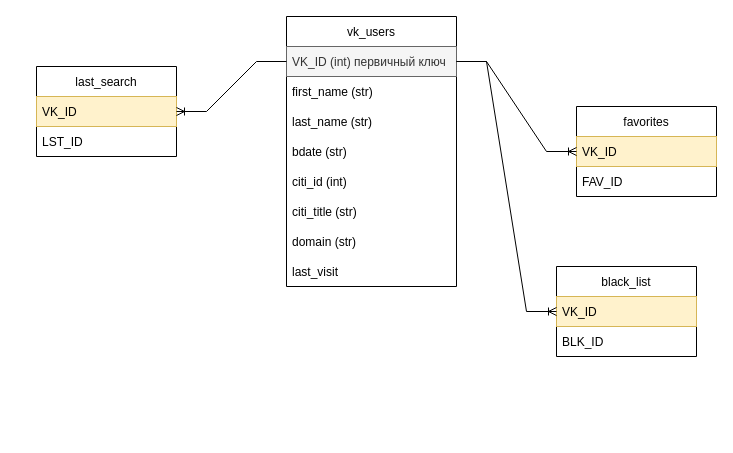
The draw.io diagram docs/DB_Vkinter.drawio in Garbuzenko/VKinder, before the edit. Source tidied: cells renumbered, new cells numbered last; positions are measured from the earlier drawing's top-left corner, leaving out a move shared by most shapes. Both pictures are drawn from the tidied source at 100%, with x=0, y=0 at pixel (36, 16).
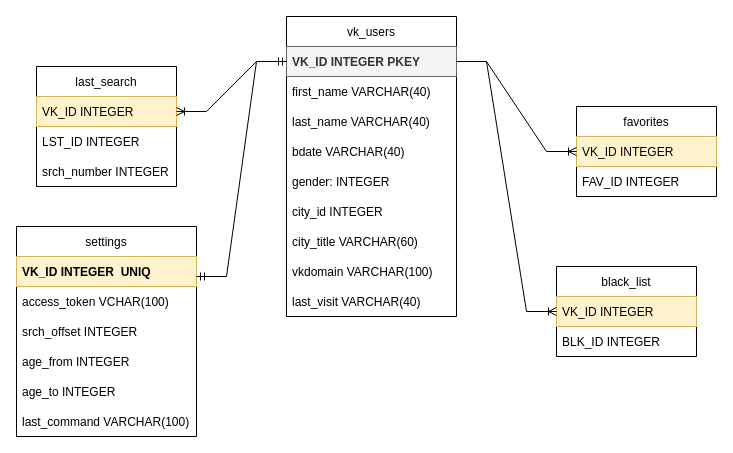
The same diagram, later.

The change refers to these unchanged cells:
```xml
<mxCell id="11" value="favorites" style="swimlane;fontStyle=0;horizontal=1;startSize=30;" parent="1" vertex="1">
  <mxGeometry x="540" y="90" width="140" height="90" as="geometry" />
</mxCell>
<mxCell id="14" value="black_list" style="swimlane;fontStyle=0;horizontal=1;startSize=30;" parent="1" vertex="1">
  <mxGeometry x="520" y="250" width="140" height="90" as="geometry" />
</mxCell>
```

The edit, as a diff of the source:
```diff
@@
     <mxCell id="2" value="vk_users" style="swimlane;fontStyle=0;horizontal=1;startSize=30;" parent="1" vertex="1">
-      <mxGeometry x="250" width="170" height="270" as="geometry" />
+      <mxGeometry x="250" width="170" height="300" as="geometry" />
     </mxCell>
-    <mxCell id="3" value="VK_ID (int) первичный ключ" style="text;strokeColor=#666666;fillColor=#f5f5f5;align=left;verticalAlign=middle;spacingLeft=4;spacingRight=4;overflow=hidden;points=[[0,0.5],[1,0.5]];portConstraint=eastwest;fontColor=#333333;" parent="2" vertex="1">
+    <mxCell id="3" value="VK_ID INTEGER PKEY" style="text;strokeColor=#666666;fillColor=#f5f5f5;align=left;verticalAlign=middle;spacingLeft=4;spacingRight=4;overflow=hidden;points=[[0,0.5],[1,0.5]];portConstraint=eastwest;fontColor=#333333;fontStyle=1;" parent="2" vertex="1">
       <mxGeometry y="30" width="170" height="30" as="geometry" />
     </mxCell>
-    <mxCell id="4" value="first_name (str)" style="text;strokeColor=none;fillColor=none;align=left;verticalAlign=middle;spacingLeft=4;spacingRight=4;overflow=hidden;" parent="2" vertex="1">
+    <mxCell id="4" value="first_name VARCHAR(40)" style="text;strokeColor=none;fillColor=none;align=left;verticalAlign=middle;spacingLeft=4;spacingRight=4;overflow=hidden;" parent="2" vertex="1">
       <mxGeometry y="60" width="170" height="30" as="geometry" />
     </mxCell>
-    <mxCell id="5" value="last_name (str)" style="text;strokeColor=none;fillColor=none;align=left;verticalAlign=middle;spacingLeft=4;spacingRight=4;overflow=hidden;" parent="2" vertex="1">
+    <mxCell id="5" value="last_name VARCHAR(40)" style="text;strokeColor=none;fillColor=none;align=left;verticalAlign=middle;spacingLeft=4;spacingRight=4;overflow=hidden;" parent="2" vertex="1">
       <mxGeometry y="90" width="170" height="30" as="geometry" />
     </mxCell>
-    <mxCell id="6" value="bdate (str)" style="text;strokeColor=none;fillColor=none;align=left;verticalAlign=middle;spacingLeft=4;spacingRight=4;overflow=hidden;" parent="2" vertex="1">
+    <mxCell id="6" value="bdate VARCHAR(40)" style="text;strokeColor=none;fillColor=none;align=left;verticalAlign=middle;spacingLeft=4;spacingRight=4;overflow=hidden;" parent="2" vertex="1">
       <mxGeometry y="120" width="170" height="30" as="geometry" />
     </mxCell>
-    <mxCell id="7" value="citi_id (int)" style="text;strokeColor=none;fillColor=none;align=left;verticalAlign=middle;spacingLeft=4;spacingRight=4;overflow=hidden;" parent="2" vertex="1">
+    <mxCell id="7" value="gender: INTEGER" style="text;strokeColor=none;fillColor=none;align=left;verticalAlign=middle;spacingLeft=4;spacingRight=4;overflow=hidden;" parent="2" vertex="1">
       <mxGeometry y="150" width="170" height="30" as="geometry" />
     </mxCell>
-    <mxCell id="8" value="citi_title (str)" style="text;strokeColor=none;fillColor=none;align=left;verticalAlign=middle;spacingLeft=4;spacingRight=4;overflow=hidden;" parent="2" vertex="1">
+    <mxCell id="8" value="city_id INTEGER" style="text;strokeColor=none;fillColor=none;align=left;verticalAlign=middle;spacingLeft=4;spacingRight=4;overflow=hidden;" parent="2" vertex="1">
       <mxGeometry y="180" width="170" height="30" as="geometry" />
     </mxCell>
-    <mxCell id="9" value="domain (str)" style="text;strokeColor=none;fillColor=none;align=left;verticalAlign=middle;spacingLeft=4;spacingRight=4;overflow=hidden;" parent="2" vertex="1">
+    <mxCell id="9" value="city_title VARCHAR(60)" style="text;strokeColor=none;fillColor=none;align=left;verticalAlign=middle;spacingLeft=4;spacingRight=4;overflow=hidden;" parent="2" vertex="1">
       <mxGeometry y="210" width="170" height="30" as="geometry" />
     </mxCell>
-    <mxCell id="10" value="last_visit" style="text;strokeColor=none;fillColor=none;align=left;verticalAlign=middle;spacingLeft=4;spacingRight=4;overflow=hidden;" parent="2" vertex="1">
+    <mxCell id="10" value="vkdomain VARCHAR(100)" style="text;strokeColor=none;fillColor=none;align=left;verticalAlign=middle;spacingLeft=4;spacingRight=4;overflow=hidden;" parent="2" vertex="1">
       <mxGeometry y="240" width="170" height="30" as="geometry" />
     </mxCell>
+    <mxCell id="23" value="last_visit VARCHAR(40)" style="text;strokeColor=none;fillColor=none;align=left;verticalAlign=middle;spacingLeft=4;spacingRight=4;overflow=hidden;" parent="2" vertex="1">
+      <mxGeometry y="270" width="170" height="30" as="geometry" />
+    </mxCell>
@@
-    <mxCell id="12" value="VK_ID" style="text;strokeColor=#d6b656;fillColor=#fff2cc;align=left;verticalAlign=middle;spacingLeft=4;spacingRight=4;overflow=hidden;points=[[0,0.5],[1,0.5]];portConstraint=eastwest;" parent="11" vertex="1">
+    <mxCell id="12" value="VK_ID INTEGER" style="text;strokeColor=#d6b656;fillColor=#fff2cc;align=left;verticalAlign=middle;spacingLeft=4;spacingRight=4;overflow=hidden;points=[[0,0.5],[1,0.5]];portConstraint=eastwest;" parent="11" vertex="1">
       <mxGeometry y="30" width="140" height="30" as="geometry" />
     </mxCell>
-    <mxCell id="13" value="FAV_ID" style="text;strokeColor=none;fillColor=none;align=left;verticalAlign=middle;spacingLeft=4;spacingRight=4;overflow=hidden;" parent="11" vertex="1">
+    <mxCell id="13" value="FAV_ID INTEGER" style="text;strokeColor=none;fillColor=none;align=left;verticalAlign=middle;spacingLeft=4;spacingRight=4;overflow=hidden;" parent="11" vertex="1">
       <mxGeometry y="60" width="140" height="30" as="geometry" />
     </mxCell>
@@
-    <mxCell id="15" value="VK_ID" style="text;strokeColor=#d6b656;fillColor=#fff2cc;align=left;verticalAlign=middle;spacingLeft=4;spacingRight=4;overflow=hidden;points=[[0,0.5],[1,0.5]];portConstraint=eastwest;" parent="14" vertex="1">
+    <mxCell id="15" value="VK_ID INTEGER" style="text;strokeColor=#d6b656;fillColor=#fff2cc;align=left;verticalAlign=middle;spacingLeft=4;spacingRight=4;overflow=hidden;points=[[0,0.5],[1,0.5]];portConstraint=eastwest;" parent="14" vertex="1">
       <mxGeometry y="30" width="140" height="30" as="geometry" />
     </mxCell>
-    <mxCell id="16" value="BLK_ID" style="text;strokeColor=none;fillColor=none;align=left;verticalAlign=middle;spacingLeft=4;spacingRight=4;overflow=hidden;" parent="14" vertex="1">
+    <mxCell id="16" value="BLK_ID INTEGER" style="text;strokeColor=none;fillColor=none;align=left;verticalAlign=middle;spacingLeft=4;spacingRight=4;overflow=hidden;" parent="14" vertex="1">
       <mxGeometry y="60" width="140" height="30" as="geometry" />
     </mxCell>
@@
     <mxCell id="18" value="last_search" style="swimlane;fontStyle=0;horizontal=1;startSize=30;" parent="1" vertex="1">
-      <mxGeometry y="50" width="140" height="90" as="geometry" />
+      <mxGeometry y="50" width="140" height="120" as="geometry" />
     </mxCell>
-    <mxCell id="19" value="VK_ID" style="text;strokeColor=#d6b656;fillColor=#fff2cc;align=left;verticalAlign=middle;spacingLeft=4;spacingRight=4;overflow=hidden;points=[[0,0.5],[1,0.5]];portConstraint=eastwest;" parent="18" vertex="1">
+    <mxCell id="19" value="VK_ID INTEGER " style="text;strokeColor=#d6b656;fillColor=#fff2cc;align=left;verticalAlign=middle;spacingLeft=4;spacingRight=4;overflow=hidden;points=[[0,0.5],[1,0.5]];portConstraint=eastwest;" parent="18" vertex="1">
       <mxGeometry y="30" width="140" height="30" as="geometry" />
     </mxCell>
-    <mxCell id="20" value="LST_ID" style="text;strokeColor=none;fillColor=none;align=left;verticalAlign=middle;spacingLeft=4;spacingRight=4;overflow=hidden;" parent="18" vertex="1">
+    <mxCell id="20" value="LST_ID INTEGER" style="text;strokeColor=none;fillColor=none;align=left;verticalAlign=middle;spacingLeft=4;spacingRight=4;overflow=hidden;" parent="18" vertex="1">
       <mxGeometry y="60" width="140" height="30" as="geometry" />
     </mxCell>
+    <mxCell id="24" value="srch_number INTEGER" style="text;strokeColor=none;fillColor=none;align=left;verticalAlign=middle;spacingLeft=4;spacingRight=4;overflow=hidden;" parent="18" vertex="1">
+      <mxGeometry y="90" width="140" height="30" as="geometry" />
+    </mxCell>
@@
-    <mxCell id="22" style="edgeStyle=entityRelationEdgeStyle;fontSize=12;html=1;endArrow=ERoneToMany;rounded=0;exitX=0;exitY=0.5;exitDx=0;exitDy=0;entryX=1;entryY=0.5;entryDx=0;entryDy=0;" parent="1" edge="1" source="3" target="18">
+    <mxCell id="22" style="edgeStyle=entityRelationEdgeStyle;fontSize=12;html=1;endArrow=ERoneToMany;rounded=0;exitX=0;exitY=0.5;exitDx=0;exitDy=0;entryX=1;entryY=0.5;entryDx=0;entryDy=0;" parent="1" edge="1" source="3" target="19">
       <mxGeometry relative="1" as="geometry" />
     </mxCell>
+    <mxCell id="25" value="settings" style="swimlane;fontStyle=0;horizontal=1;startSize=30;" parent="1" vertex="1">
+      <mxGeometry x="-20" y="210" width="180" height="210" as="geometry" />
+    </mxCell>
+    <mxCell id="26" value="VK_ID INTEGER  UNIQ" style="text;strokeColor=#d6b656;fillColor=#fff2cc;align=left;verticalAlign=middle;spacingLeft=4;spacingRight=4;overflow=hidden;points=[[0,0.5],[1,0.5]];portConstraint=eastwest;fontStyle=1;" parent="25" vertex="1">
+      <mxGeometry y="30" width="180" height="30" as="geometry" />
+    </mxCell>
+    <mxCell id="27" value="access_token VCHAR(100)" style="text;strokeColor=none;fillColor=none;align=left;verticalAlign=middle;spacingLeft=4;spacingRight=4;overflow=hidden;" parent="25" vertex="1">
+      <mxGeometry y="60" width="180" height="30" as="geometry" />
+    </mxCell>
+    <mxCell id="28" value="srch_offset INTEGER" style="text;strokeColor=none;fillColor=none;align=left;verticalAlign=middle;spacingLeft=4;spacingRight=4;overflow=hidden;" parent="25" vertex="1">
+      <mxGeometry y="90" width="180" height="30" as="geometry" />
+    </mxCell>
+    <mxCell id="29" value="age_from INTEGER" style="text;strokeColor=none;fillColor=none;align=left;verticalAlign=middle;spacingLeft=4;spacingRight=4;overflow=hidden;" parent="25" vertex="1">
+      <mxGeometry y="120" width="180" height="30" as="geometry" />
+    </mxCell>
+    <mxCell id="30" value="age_to INTEGER" style="text;strokeColor=none;fillColor=none;align=left;verticalAlign=middle;spacingLeft=4;spacingRight=4;overflow=hidden;" parent="25" vertex="1">
+      <mxGeometry y="150" width="180" height="30" as="geometry" />
+    </mxCell>
+    <mxCell id="31" value="last_command VARCHAR(100)" style="text;strokeColor=none;fillColor=none;align=left;verticalAlign=middle;spacingLeft=4;spacingRight=4;overflow=hidden;" parent="25" vertex="1">
+      <mxGeometry y="180" width="180" height="30" as="geometry" />
+    </mxCell>
+    <mxCell id="32" style="edgeStyle=entityRelationEdgeStyle;fontSize=12;html=1;endArrow=ERmandOne;startArrow=ERmandOne;rounded=0;entryX=0;entryY=0.5;entryDx=0;entryDy=0;exitX=1;exitY=0.667;exitDx=0;exitDy=0;exitPerimeter=0;" parent="1" edge="1" source="26" target="3">
+      <mxGeometry relative="1" as="geometry" />
+    </mxCell>
```
